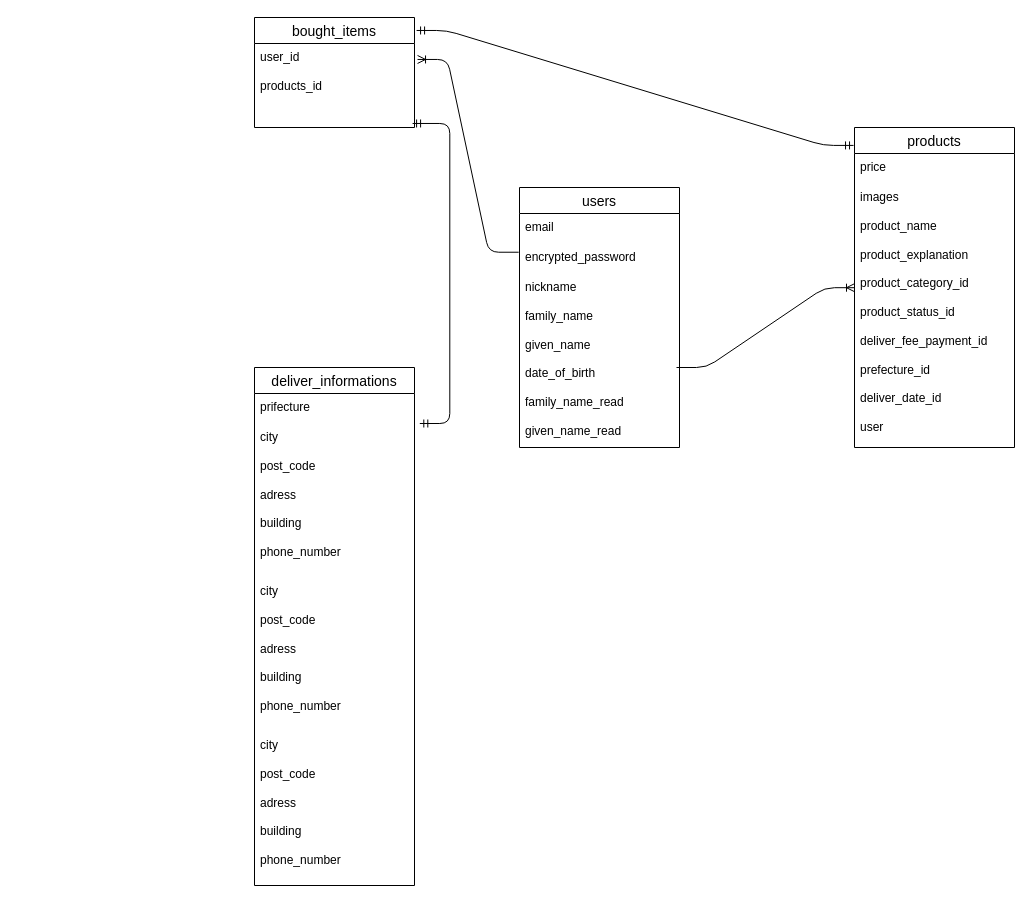
Earlier version of the draw.io diagram db/test.dio (kotagau/furima-42269). Source tidied: cells renumbered, new cells numbered last; positions are measured from the earlier drawing's top-left corner, leaving out a move shared by most shapes. Both pictures are drawn from the tidied source at 100%, with x=0, y=0 at pixel (134, 17).
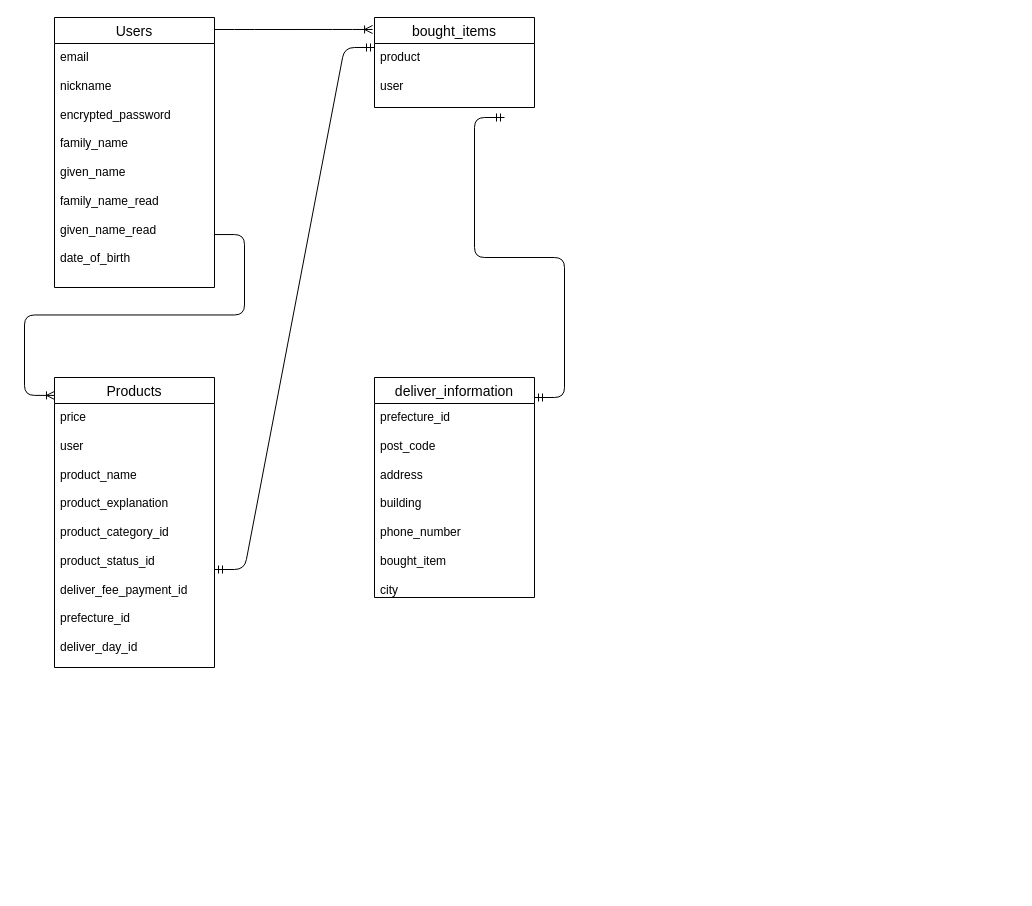
Above is the later version.

The edit, as a diff of the source:
```diff
@@
-    <mxCell id="4" value="users" style="swimlane;fontStyle=0;horizontal=1;startSize=26;align=center;fontSize=14;" parent="1" vertex="1">
-      <mxGeometry x="385" y="170" width="160" height="260" as="geometry" />
-    </mxCell>
-    <mxCell id="5" value="email" style="text;strokeColor=none;fillColor=none;spacingLeft=4;spacingRight=4;overflow=hidden;fontSize=12;whiteSpace=wrap;html=1;" parent="4" vertex="1">
-      <mxGeometry y="26" width="160" height="30" as="geometry" />
-    </mxCell>
-    <mxCell id="6" value="encrypted_password" style="text;strokeColor=none;fillColor=none;spacingLeft=4;spacingRight=4;overflow=hidden;points=[[0,0.5],[1,0.5]];portConstraint=eastwest;fontSize=12;whiteSpace=wrap;html=1;" parent="4" vertex="1">
-      <mxGeometry y="56" width="160" height="30" as="geometry" />
-    </mxCell>
-    <mxCell id="7" value="nickname&lt;div&gt;&lt;br&gt;&lt;/div&gt;&lt;div&gt;family_name&lt;/div&gt;&lt;div&gt;&lt;br&gt;&lt;/div&gt;&lt;div&gt;given_name&lt;/div&gt;&lt;div&gt;&lt;br&gt;&lt;/div&gt;&lt;div&gt;date_of_birth&lt;/div&gt;&lt;div&gt;&lt;br&gt;&lt;/div&gt;&lt;div&gt;family_name_read&lt;/div&gt;&lt;div&gt;&lt;br&gt;&lt;/div&gt;&lt;div&gt;given_name_read&lt;/div&gt;" style="text;strokeColor=none;fillColor=none;spacingLeft=4;spacingRight=4;overflow=hidden;fontSize=12;whiteSpace=wrap;html=1;" parent="4" vertex="1">
-      <mxGeometry y="86" width="160" height="174" as="geometry" />
-    </mxCell>
-    <mxCell id="8" value="products" style="swimlane;fontStyle=0;horizontal=1;startSize=26;align=center;fontSize=14;" parent="1" vertex="1">
-      <mxGeometry x="720" y="110" width="160" height="320" as="geometry" />
-    </mxCell>
-    <mxCell id="9" value="price&lt;div&gt;&lt;br&gt;&lt;/div&gt;&lt;div&gt;&lt;br&gt;&lt;/div&gt;" style="text;strokeColor=none;fillColor=none;spacingLeft=4;spacingRight=4;overflow=hidden;fontSize=12;whiteSpace=wrap;html=1;" parent="8" vertex="1">
-      <mxGeometry y="26" width="160" height="30" as="geometry" />
-    </mxCell>
-    <mxCell id="10" value="images&lt;div&gt;&lt;br&gt;&lt;/div&gt;&lt;div&gt;product_name&lt;/div&gt;&lt;div&gt;&lt;br&gt;&lt;/div&gt;&lt;div&gt;product_explanation&lt;/div&gt;&lt;div&gt;&lt;br&gt;&lt;/div&gt;&lt;div&gt;product_category_id&lt;/div&gt;&lt;div&gt;&lt;br&gt;&lt;/div&gt;&lt;div&gt;product_status_id&lt;/div&gt;&lt;div&gt;&lt;br&gt;&lt;/div&gt;&lt;div&gt;deliver_fee_payment_id&lt;/div&gt;&lt;div&gt;&lt;br&gt;&lt;/div&gt;&lt;div&gt;prefecture_id&lt;/div&gt;&lt;div&gt;&lt;br&gt;&lt;/div&gt;&lt;div&gt;deliver_date_id&lt;/div&gt;&lt;div&gt;&lt;br&gt;&lt;/div&gt;&lt;div&gt;user&lt;/div&gt;" style="text;strokeColor=none;fillColor=none;spacingLeft=4;spacingRight=4;overflow=hidden;fontSize=12;whiteSpace=wrap;html=1;" parent="8" vertex="1">
-      <mxGeometry y="56" width="160" height="264" as="geometry" />
-    </mxCell>
-    <mxCell id="11" value="deliver_informations" style="swimlane;fontStyle=0;horizontal=1;startSize=26;align=center;fontSize=14;" parent="1" vertex="1">
-      <mxGeometry x="120" y="350" width="160" height="518" as="geometry" />
-    </mxCell>
-    <mxCell id="12" value="prifecture&lt;div&gt;&lt;br&gt;&lt;/div&gt;&lt;div&gt;&lt;br&gt;&lt;/div&gt;" style="text;strokeColor=none;fillColor=none;spacingLeft=4;spacingRight=4;overflow=hidden;fontSize=12;whiteSpace=wrap;html=1;" parent="11" vertex="1">
-      <mxGeometry y="26" width="160" height="30" as="geometry" />
-    </mxCell>
-    <mxCell id="13" value="city&lt;div&gt;&lt;br&gt;&lt;/div&gt;&lt;div&gt;post_code&lt;/div&gt;&lt;div&gt;&lt;br&gt;&lt;/div&gt;&lt;div&gt;adress&lt;/div&gt;&lt;div&gt;&lt;br&gt;&lt;/div&gt;&lt;div&gt;building&lt;/div&gt;&lt;div&gt;&lt;br&gt;&lt;/div&gt;&lt;div&gt;phone_number&lt;/div&gt;" style="text;strokeColor=none;fillColor=none;spacingLeft=4;spacingRight=4;overflow=hidden;fontSize=12;whiteSpace=wrap;html=1;" parent="11" vertex="1">
-      <mxGeometry y="56" width="160" height="154" as="geometry" />
-    </mxCell>
-    <mxCell id="14" value="city&lt;div&gt;&lt;br&gt;&lt;/div&gt;&lt;div&gt;post_code&lt;/div&gt;&lt;div&gt;&lt;br&gt;&lt;/div&gt;&lt;div&gt;adress&lt;/div&gt;&lt;div&gt;&lt;br&gt;&lt;/div&gt;&lt;div&gt;building&lt;/div&gt;&lt;div&gt;&lt;br&gt;&lt;/div&gt;&lt;div&gt;phone_number&lt;/div&gt;" style="text;strokeColor=none;fillColor=none;spacingLeft=4;spacingRight=4;overflow=hidden;fontSize=12;whiteSpace=wrap;html=1;" parent="11" vertex="1">
-      <mxGeometry y="210" width="160" height="154" as="geometry" />
-    </mxCell>
-    <mxCell id="15" value="city&lt;div&gt;&lt;br&gt;&lt;/div&gt;&lt;div&gt;post_code&lt;/div&gt;&lt;div&gt;&lt;br&gt;&lt;/div&gt;&lt;div&gt;adress&lt;/div&gt;&lt;div&gt;&lt;br&gt;&lt;/div&gt;&lt;div&gt;building&lt;/div&gt;&lt;div&gt;&lt;br&gt;&lt;/div&gt;&lt;div&gt;phone_number&lt;/div&gt;" style="text;strokeColor=none;fillColor=none;spacingLeft=4;spacingRight=4;overflow=hidden;fontSize=12;whiteSpace=wrap;html=1;" parent="11" vertex="1">
-      <mxGeometry y="364" width="160" height="154" as="geometry" />
-    </mxCell>
+    <mxCell id="18" style="line;strokeWidth=1;dashed=0;labelPosition=right;align=left;verticalAlign=middle;spacingTop=0;spacingLeft=6;" parent="1" vertex="1">
+      <mxGeometry y="155" height="10" as="geometry" />
+    </mxCell>
+    <mxCell id="23" value="Users" style="swimlane;fontStyle=0;horizontal=1;startSize=26;align=center;fontSize=14;" parent="1" vertex="1">
+      <mxGeometry x="-80" width="160" height="270" as="geometry" />
+    </mxCell>
+    <mxCell id="24" value="email&lt;div&gt;&lt;br&gt;&lt;/div&gt;&lt;div&gt;nickname&lt;/div&gt;&lt;div&gt;&lt;br&gt;&lt;/div&gt;&lt;div&gt;encrypted_password&lt;/div&gt;&lt;div&gt;&lt;br&gt;&lt;/div&gt;&lt;div&gt;family_name&lt;/div&gt;&lt;div&gt;&lt;br&gt;&lt;/div&gt;&lt;div&gt;given_name&lt;/div&gt;&lt;div&gt;&lt;br&gt;&lt;/div&gt;&lt;div&gt;family_name_read&lt;/div&gt;&lt;div&gt;&lt;br&gt;&lt;/div&gt;&lt;div&gt;given_name_read&lt;/div&gt;&lt;div&gt;&lt;br&gt;&lt;/div&gt;&lt;div&gt;date_of_birth&lt;/div&gt;" style="text;strokeColor=none;fillColor=none;spacingLeft=4;spacingRight=4;overflow=hidden;points=[[0,0.5],[1,0.5]];portConstraint=eastwest;fontSize=12;whiteSpace=wrap;html=1;" parent="23" vertex="1">
+      <mxGeometry y="26" width="160" height="244" as="geometry" />
+    </mxCell>
+    <mxCell id="25" value="Products" style="swimlane;fontStyle=0;horizontal=1;startSize=26;align=center;fontSize=14;" parent="1" vertex="1">
+      <mxGeometry x="-80" y="360" width="160" height="290" as="geometry" />
+    </mxCell>
+    <mxCell id="26" style="edgeStyle=entityRelationEdgeStyle;fontSize=12;html=1;endArrow=ERoneToMany;entryX=0.994;entryY=0.041;entryDx=0;entryDy=0;entryPerimeter=0;exitX=1;exitY=0.783;exitDx=0;exitDy=0;exitPerimeter=0;" parent="25" edge="1" source="24">
+      <mxGeometry relative="1" as="geometry">
+        <mxPoint y="17.9" as="targetPoint" />
+      </mxGeometry>
+    </mxCell>
+    <mxCell id="27" value="price&lt;div&gt;&lt;br&gt;&lt;/div&gt;&lt;div&gt;user&lt;/div&gt;&lt;div&gt;&lt;br&gt;&lt;/div&gt;&lt;div&gt;product_name&lt;/div&gt;&lt;div&gt;&lt;br&gt;&lt;/div&gt;&lt;div&gt;product_explanation&lt;/div&gt;&lt;div&gt;&lt;br&gt;&lt;/div&gt;&lt;div&gt;product_category_id&lt;/div&gt;&lt;div&gt;&lt;br&gt;&lt;/div&gt;&lt;div&gt;product_status_id&lt;/div&gt;&lt;div&gt;&lt;br&gt;&lt;/div&gt;&lt;div&gt;deliver_fee_payment_id&lt;/div&gt;&lt;div&gt;&lt;br&gt;&lt;/div&gt;&lt;div&gt;prefecture_id&lt;/div&gt;&lt;div&gt;&lt;br&gt;&lt;/div&gt;&lt;div&gt;deliver_day_id&lt;/div&gt;" style="text;strokeColor=none;fillColor=none;spacingLeft=4;spacingRight=4;overflow=hidden;fontSize=12;whiteSpace=wrap;html=1;" parent="25" vertex="1">
+      <mxGeometry y="26" width="160" height="264" as="geometry" />
+    </mxCell>
     <mxCell id="16" value="bought_items" style="swimlane;fontStyle=0;horizontal=1;startSize=26;align=center;fontSize=14;" parent="1" vertex="1">
-      <mxGeometry x="120" width="160" height="110" as="geometry" />
+      <mxGeometry x="240" width="160" height="90" as="geometry" />
     </mxCell>
-    <mxCell id="17" value="user_id&lt;div&gt;&lt;br&gt;&lt;/div&gt;&lt;div&gt;products_id&lt;/div&gt;" style="text;strokeColor=none;fillColor=none;spacingLeft=4;spacingRight=4;overflow=hidden;points=[[0,0.5],[1,0.5]];portConstraint=eastwest;fontSize=12;whiteSpace=wrap;html=1;" parent="16" vertex="1">
-      <mxGeometry y="26" width="160" height="84" as="geometry" />
-    </mxCell>
-    <mxCell id="18" style="line;strokeWidth=1;dashed=0;labelPosition=right;align=left;verticalAlign=middle;spacingTop=0;spacingLeft=6;" parent="1" vertex="1">
-      <mxGeometry y="155" height="10" as="geometry" />
-    </mxCell>
-    <mxCell id="19" style="edgeStyle=entityRelationEdgeStyle;fontSize=17;html=1;endArrow=ERmandOne;startArrow=ERmandOne;exitX=1.013;exitY=0.118;exitDx=0;exitDy=0;entryX=-0.006;entryY=0.056;entryDx=0;entryDy=0;entryPerimeter=0;exitPerimeter=0;fontStyle=1;" parent="1" edge="1" source="16" target="8">
-      <mxGeometry relative="1" as="geometry" />
-    </mxCell>
-    <mxCell id="20" style="edgeStyle=entityRelationEdgeStyle;fontSize=12;html=1;endArrow=ERoneToMany;exitX=0.994;exitY=0.43;exitDx=0;exitDy=0;exitPerimeter=0;entryX=0.013;entryY=0.322;entryDx=0;entryDy=0;entryPerimeter=0;" parent="1" edge="1">
-      <mxGeometry relative="1" as="geometry">
-        <mxPoint x="542" y="350" as="sourcePoint" />
-        <mxPoint x="720" y="270.2" as="targetPoint" />
-      </mxGeometry>
-    </mxCell>
-    <mxCell id="21" style="edgeStyle=entityRelationEdgeStyle;fontSize=12;html=1;endArrow=ERoneToMany;exitX=-0.005;exitY=0.291;exitDx=0;exitDy=0;exitPerimeter=0;entryX=1.019;entryY=0.19;entryDx=0;entryDy=0;entryPerimeter=0;" parent="1" edge="1" source="6" target="17">
-      <mxGeometry relative="1" as="geometry" />
-    </mxCell>
-    <mxCell id="22" style="edgeStyle=entityRelationEdgeStyle;fontSize=12;html=1;endArrow=ERmandOne;startArrow=ERmandOne;entryX=0.988;entryY=0.952;entryDx=0;entryDy=0;entryPerimeter=0;" parent="1" edge="1" target="17">
-      <mxGeometry relative="1" as="geometry">
-        <mxPoint x="285.3" y="406" as="sourcePoint" />
-        <Array as="points">
-          <mxPoint x="241.3" y="366" />
-          <mxPoint x="91.3" y="416" />
-        </Array>
-      </mxGeometry>
-    </mxCell>
+    <mxCell id="28" value="product&lt;div&gt;&lt;br&gt;&lt;/div&gt;&lt;div&gt;user&lt;/div&gt;" style="text;strokeColor=none;fillColor=none;spacingLeft=4;spacingRight=4;overflow=hidden;fontSize=12;whiteSpace=wrap;html=1;" parent="16" vertex="1">
+      <mxGeometry y="26" width="160" height="64" as="geometry" />
+    </mxCell>
+    <mxCell id="29" value="deliver_information" style="swimlane;fontStyle=0;horizontal=1;startSize=26;align=center;fontSize=14;" parent="1" vertex="1">
+      <mxGeometry x="240" y="360" width="160" height="220" as="geometry" />
+    </mxCell>
+    <mxCell id="30" value="prefecture_id&lt;div&gt;&lt;br&gt;&lt;/div&gt;&lt;div&gt;post_code&lt;/div&gt;&lt;div&gt;&lt;br&gt;&lt;/div&gt;&lt;div&gt;address&lt;/div&gt;&lt;div&gt;&lt;br&gt;&lt;/div&gt;&lt;div&gt;building&lt;/div&gt;&lt;div&gt;&lt;br&gt;&lt;/div&gt;&lt;div&gt;phone_number&lt;/div&gt;&lt;div&gt;&lt;br&gt;&lt;/div&gt;&lt;div&gt;bought_item&lt;/div&gt;&lt;div&gt;&lt;br&gt;&lt;/div&gt;&lt;div&gt;city&lt;/div&gt;" style="text;strokeColor=none;fillColor=none;spacingLeft=4;spacingRight=4;overflow=hidden;fontSize=12;whiteSpace=wrap;html=1;" parent="29" vertex="1">
+      <mxGeometry y="26" width="160" height="194" as="geometry" />
+    </mxCell>
+    <mxCell id="31" style="edgeStyle=entityRelationEdgeStyle;fontSize=12;html=1;endArrow=ERoneToMany;entryX=-0.012;entryY=0.133;entryDx=0;entryDy=0;entryPerimeter=0;" parent="1" edge="1" target="16">
+      <mxGeometry relative="1" as="geometry">
+        <mxPoint x="80" y="12" as="sourcePoint" />
+      </mxGeometry>
+    </mxCell>
+    <mxCell id="32" style="edgeStyle=entityRelationEdgeStyle;fontSize=12;html=1;endArrow=ERmandOne;startArrow=ERmandOne;entryX=0;entryY=0.5;entryDx=0;entryDy=0;" parent="1" edge="1">
+      <mxGeometry relative="1" as="geometry">
+        <mxPoint x="80" y="552" as="sourcePoint" />
+        <mxPoint x="240" y="30" as="targetPoint" />
+        <Array as="points">
+          <mxPoint x="130" y="472" />
+        </Array>
+      </mxGeometry>
+    </mxCell>
+    <mxCell id="33" style="edgeStyle=entityRelationEdgeStyle;fontSize=12;html=1;endArrow=ERmandOne;startArrow=ERmandOne;entryX=1;entryY=0.344;entryDx=0;entryDy=0;entryPerimeter=0;" parent="1" edge="1">
+      <mxGeometry relative="1" as="geometry">
+        <mxPoint x="400" y="380" as="sourcePoint" />
+        <mxPoint x="370" y="100" as="targetPoint" />
+      </mxGeometry>
+    </mxCell>
```
